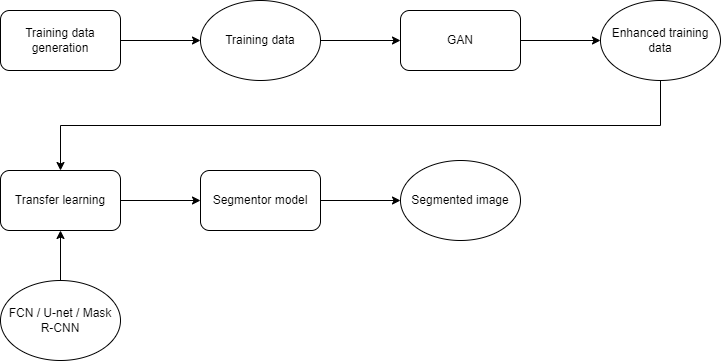
The draw.io diagram img/system-design/tesla2.png in riehseun/riehseun.github.io, before a commit. Source tidied: cells renumbered, new cells last; positions are measured from the earlier drawing's top-left corner, leaving out a move shared by most shapes.
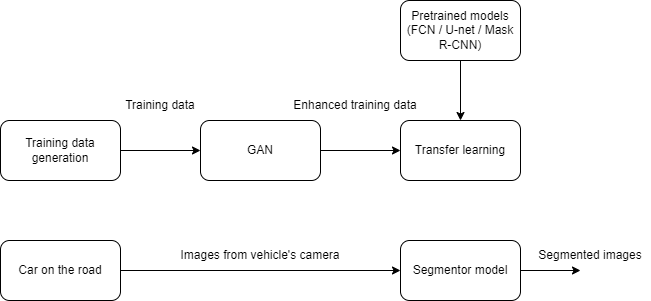
Later version of the same file.

The edit, as a diff of the source:
```diff
@@ -2,50 +2,52 @@
   <root>
     <mxCell id="0" />
     <mxCell id="1" parent="0" />
-    <mxCell id="2" style="edgeStyle=orthogonalEdgeStyle;rounded=0;jettySize=auto;html=1;exitX=1;exitY=0.5;exitDx=0;exitDy=0;entryX=0;entryY=0.5;entryDx=0;entryDy=0;" parent="1" edge="1" source="3" target="5">
-      <mxGeometry relative="1" as="geometry" />
-    </mxCell>
+    <mxCell id="17" style="edgeStyle=orthogonalEdgeStyle;rounded=0;jettySize=auto;html=1;exitX=1;exitY=0.5;exitDx=0;exitDy=0;entryX=0;entryY=0.5;entryDx=0;entryDy=0;" parent="1" edge="1" source="3" target="7">
+      <mxGeometry relative="1" as="geometry" />
+    </mxCell>
     <mxCell id="3" value="Training data generation" style="rounded=1;whiteSpace=wrap;html=1;" parent="1" vertex="1">
-      <mxGeometry y="10" width="120" height="60" as="geometry" />
+      <mxGeometry width="120" height="60" as="geometry" />
     </mxCell>
-    <mxCell id="4" style="edgeStyle=orthogonalEdgeStyle;rounded=0;jettySize=auto;html=1;exitX=1;exitY=0.5;exitDx=0;exitDy=0;entryX=0;entryY=0.5;entryDx=0;entryDy=0;" parent="1" edge="1" source="5" target="7">
-      <mxGeometry relative="1" as="geometry" />
-    </mxCell>
+    <mxCell id="18" style="edgeStyle=orthogonalEdgeStyle;rounded=0;jettySize=auto;html=1;exitX=1;exitY=0.5;exitDx=0;exitDy=0;entryX=0;entryY=0.5;entryDx=0;entryDy=0;" parent="1" edge="1" source="7" target="11">
+      <mxGeometry relative="1" as="geometry" />
+    </mxCell>
+    <mxCell id="7" value="GAN" style="rounded=1;whiteSpace=wrap;html=1;" parent="1" vertex="1">
+      <mxGeometry x="200" width="120" height="60" as="geometry" />
+    </mxCell>
+    <mxCell id="19" style="edgeStyle=orthogonalEdgeStyle;rounded=0;jettySize=auto;html=1;exitX=1;exitY=0.5;exitDx=0;exitDy=0;" parent="1" edge="1" source="13">
+      <mxGeometry relative="1" as="geometry">
+        <mxPoint x="580" y="150" as="targetPoint" />
+      </mxGeometry>
+    </mxCell>
+    <mxCell id="13" value="Segmentor model" style="rounded=1;whiteSpace=wrap;html=1;" parent="1" vertex="1">
+      <mxGeometry x="400" y="120" width="120" height="60" as="geometry" />
+    </mxCell>
-    <mxCell id="5" value="Training data" style="ellipse;whiteSpace=wrap;html=1;" parent="1" vertex="1">
-      <mxGeometry x="200" width="120" height="80" as="geometry" />
+    <mxCell id="5" value="Training data" style="text;html=1;strokeColor=none;fillColor=none;align=center;verticalAlign=middle;whiteSpace=wrap;rounded=0;" parent="1" vertex="1">
+      <mxGeometry x="120" y="-30" width="80" height="30" as="geometry" />
     </mxCell>
-    <mxCell id="6" style="edgeStyle=orthogonalEdgeStyle;rounded=0;jettySize=auto;html=1;exitX=1;exitY=0.5;exitDx=0;exitDy=0;entryX=0;entryY=0.5;entryDx=0;entryDy=0;" parent="1" edge="1" source="7" target="9">
-      <mxGeometry relative="1" as="geometry" />
-    </mxCell>
-    <mxCell id="7" value="GAN" style="rounded=1;whiteSpace=wrap;html=1;" parent="1" vertex="1">
-      <mxGeometry x="400" y="10" width="120" height="60" as="geometry" />
-    </mxCell>
-    <mxCell id="8" style="edgeStyle=orthogonalEdgeStyle;rounded=0;jettySize=auto;html=1;exitX=0.5;exitY=1;exitDx=0;exitDy=0;entryX=0.5;entryY=0;entryDx=0;entryDy=0;" parent="1" edge="1" source="9" target="11">
-      <mxGeometry relative="1" as="geometry" />
-    </mxCell>
+    <mxCell id="11" value="Transfer learning" style="rounded=1;whiteSpace=wrap;html=1;" parent="1" vertex="1">
+      <mxGeometry x="400" width="120" height="60" as="geometry" />
+    </mxCell>
-    <mxCell id="9" value="Enhanced training data" style="ellipse;whiteSpace=wrap;html=1;" parent="1" vertex="1">
-      <mxGeometry x="600" width="120" height="80" as="geometry" />
+    <mxCell id="9" value="Enhanced training data" style="text;html=1;strokeColor=none;fillColor=none;align=center;verticalAlign=middle;whiteSpace=wrap;rounded=0;" parent="1" vertex="1">
+      <mxGeometry x="290" y="-30" width="130" height="30" as="geometry" />
     </mxCell>
-    <mxCell id="10" style="edgeStyle=orthogonalEdgeStyle;rounded=0;jettySize=auto;html=1;exitX=1;exitY=0.5;exitDx=0;exitDy=0;entryX=0;entryY=0.5;entryDx=0;entryDy=0;" parent="1" edge="1" source="11" target="13">
-      <mxGeometry relative="1" as="geometry" />
-    </mxCell>
-    <mxCell id="11" value="Transfer learning" style="rounded=1;whiteSpace=wrap;html=1;" parent="1" vertex="1">
-      <mxGeometry y="170" width="120" height="60" as="geometry" />
-    </mxCell>
-    <mxCell id="12" style="edgeStyle=orthogonalEdgeStyle;rounded=0;jettySize=auto;html=1;exitX=1;exitY=0.5;exitDx=0;exitDy=0;entryX=0;entryY=0.5;entryDx=0;entryDy=0;" parent="1" edge="1" source="13" target="14">
-      <mxGeometry relative="1" as="geometry" />
-    </mxCell>
-    <mxCell id="13" value="Segmentor model" style="rounded=1;whiteSpace=wrap;html=1;" parent="1" vertex="1">
-      <mxGeometry x="200" y="170" width="120" height="60" as="geometry" />
-    </mxCell>
-    <mxCell id="14" value="Segmented image" style="ellipse;whiteSpace=wrap;html=1;" parent="1" vertex="1">
-      <mxGeometry x="400" y="160" width="120" height="80" as="geometry" />
-    </mxCell>
-    <mxCell id="15" style="edgeStyle=orthogonalEdgeStyle;rounded=0;jettySize=auto;html=1;exitX=0.5;exitY=0;exitDx=0;exitDy=0;entryX=0.5;entryY=1;entryDx=0;entryDy=0;" parent="1" edge="1" source="16" target="11">
-      <mxGeometry relative="1" as="geometry" />
-    </mxCell>
-    <mxCell id="16" value="FCN / U-net / Mask R-CNN" style="ellipse;whiteSpace=wrap;html=1;" parent="1" vertex="1">
-      <mxGeometry y="280" width="120" height="80" as="geometry" />
-    </mxCell>
+    <mxCell id="20" style="edgeStyle=orthogonalEdgeStyle;rounded=0;jettySize=auto;html=1;exitX=0.5;exitY=1;exitDx=0;exitDy=0;" parent="1" edge="1" source="21" target="11">
+      <mxGeometry relative="1" as="geometry" />
+    </mxCell>
+    <mxCell id="21" value="Pretrained models (FCN / U-net / Mask R-CNN)" style="rounded=1;whiteSpace=wrap;html=1;" parent="1" vertex="1">
+      <mxGeometry x="400" y="-120" width="120" height="60" as="geometry" />
+    </mxCell>
+    <mxCell id="22" style="edgeStyle=orthogonalEdgeStyle;rounded=0;jettySize=auto;html=1;exitX=1;exitY=0.5;exitDx=0;exitDy=0;entryX=0;entryY=0.5;entryDx=0;entryDy=0;" parent="1" edge="1" source="23" target="13">
+      <mxGeometry relative="1" as="geometry" />
+    </mxCell>
+    <mxCell id="23" value="Car on the road" style="rounded=1;whiteSpace=wrap;html=1;" parent="1" vertex="1">
+      <mxGeometry y="120" width="120" height="60" as="geometry" />
+    </mxCell>
+    <mxCell id="24" value="Images from vehicle's camera" style="text;html=1;strokeColor=none;fillColor=none;align=center;verticalAlign=middle;whiteSpace=wrap;rounded=0;" parent="1" vertex="1">
+      <mxGeometry x="155" y="120" width="210" height="30" as="geometry" />
+    </mxCell>
+    <mxCell id="25" value="Segmented images" style="text;html=1;strokeColor=none;fillColor=none;align=center;verticalAlign=middle;whiteSpace=wrap;rounded=0;" parent="1" vertex="1">
+      <mxGeometry x="530" y="120" width="120" height="30" as="geometry" />
+    </mxCell>
   </root>
 </mxGraphModel>
```
